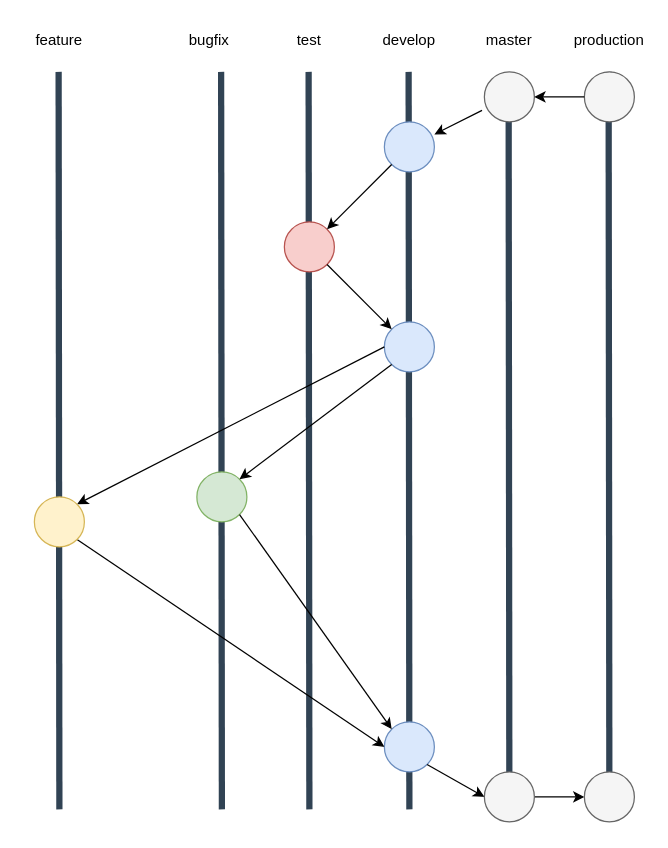
The draw.io diagram docs/branch.drawio in PROJPOO-GestBot/GestBot-Adam, before the edit. Source tidied: cells renumbered, new cells numbered last; positions are measured from the earlier drawing's top-left corner, leaving out a move shared by most shapes. Both pictures are drawn from the tidied source at 125%, with x=0, y=0 at pixel (21, 21).
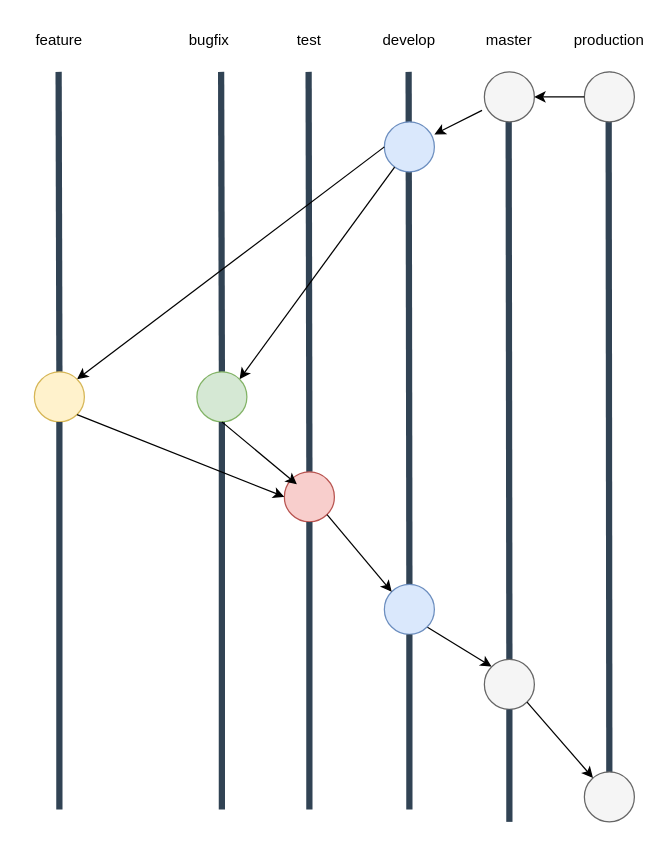
The same diagram, later.

The change refers to these unchanged cells:
```xml
<mxCell id="8" style="ellipse;whiteSpace=wrap;html=1;fillColor=#dae8fc;strokeColor=#6c8ebf;" parent="1" vertex="1">
  <mxGeometry x="290" y="80" width="40" height="40" as="geometry" />
</mxCell>
<mxCell id="32" style="ellipse;whiteSpace=wrap;html=1;fillColor=#f5f5f5;strokeColor=#666666;fontColor=#333333;" parent="1" vertex="1">
  <mxGeometry x="450" y="600" width="40" height="40" as="geometry" />
</mxCell>
```

What changed in the source:
```diff
@@
-    <mxCell id="3" style="endArrow=none;html=1;rounded=0;fillColor=#647687;strokeColor=#314354;strokeWidth=5;" parent="1" edge="1">
+    <mxCell id="3" style="endArrow=none;html=1;rounded=0;fillColor=#647687;strokeColor=#314354;strokeWidth=5;startArrow=none;" parent="1" edge="1" source="27">
       <mxGeometry relative="1" as="geometry">
-        <mxPoint x="390" y="640" as="sourcePoint" />
         <mxPoint x="389.4" y="50" as="targetPoint" />
       </mxGeometry>
     </mxCell>
-    <mxCell id="4" style="endArrow=none;html=1;rounded=0;fillColor=#647687;strokeColor=#314354;strokeWidth=5;" parent="1" edge="1">
+    <mxCell id="4" style="endArrow=none;html=1;rounded=0;fillColor=#647687;strokeColor=#314354;strokeWidth=5;startArrow=none;" parent="1" edge="1" source="22">
       <mxGeometry relative="1" as="geometry">
-        <mxPoint x="310" y="630" as="sourcePoint" />
         <mxPoint x="309.4" y="40" as="targetPoint" />
       </mxGeometry>
     </mxCell>
-    <mxCell id="5" style="endArrow=none;html=1;rounded=0;fillColor=#647687;strokeColor=#314354;strokeWidth=5;" parent="1" edge="1">
+    <mxCell id="5" style="endArrow=none;html=1;rounded=0;fillColor=#647687;strokeColor=#314354;strokeWidth=5;startArrow=none;" parent="1" edge="1" source="34">
       <mxGeometry relative="1" as="geometry">
-        <mxPoint x="230" y="630" as="sourcePoint" />
         <mxPoint x="229.4" y="40" as="targetPoint" />
       </mxGeometry>
     </mxCell>
-    <mxCell id="6" style="endArrow=none;html=1;rounded=0;fillColor=#647687;strokeColor=#314354;strokeWidth=5;" parent="1" edge="1">
+    <mxCell id="6" style="endArrow=none;html=1;rounded=0;fillColor=#647687;strokeColor=#314354;strokeWidth=5;startArrow=none;" parent="1" edge="1" source="13">
       <mxGeometry relative="1" as="geometry">
-        <mxPoint x="160" y="630" as="sourcePoint" />
         <mxPoint x="159.4" y="40" as="targetPoint" />
       </mxGeometry>
     </mxCell>
-    <mxCell id="7" style="endArrow=none;html=1;rounded=0;fillColor=#647687;strokeColor=#314354;strokeWidth=5;" parent="1" edge="1">
+    <mxCell id="7" style="endArrow=none;html=1;rounded=0;fillColor=#647687;strokeColor=#314354;strokeWidth=5;startArrow=none;" parent="1" edge="1" source="33">
       <mxGeometry relative="1" as="geometry">
-        <mxPoint x="30" y="630" as="sourcePoint" />
         <mxPoint x="29.4" y="40" as="targetPoint" />
       </mxGeometry>
     </mxCell>
@@
-    <mxCell id="9" style="ellipse;whiteSpace=wrap;html=1;fillColor=#f8cecc;strokeColor=#b85450;" parent="1" vertex="1">
-      <mxGeometry x="210" y="160" width="40" height="40" as="geometry" />
-    </mxCell>
@@
-    <mxCell id="13" style="ellipse;whiteSpace=wrap;html=1;fillColor=#d5e8d4;strokeColor=#82b366;" parent="1" vertex="1">
-      <mxGeometry x="140" y="360" width="40" height="40" as="geometry" />
-    </mxCell>
@@
-    <mxCell id="17" style="endArrow=classic;html=1;rounded=0;" parent="1" edge="1" source="8" target="9">
-      <mxGeometry relative="1" as="geometry" />
-    </mxCell>
-    <mxCell id="18" style="ellipse;whiteSpace=wrap;html=1;fillColor=#dae8fc;strokeColor=#6c8ebf;" parent="1" vertex="1">
-      <mxGeometry x="290" y="240" width="40" height="40" as="geometry" />
-    </mxCell>
-    <mxCell id="19" style="endArrow=classic;html=1;rounded=0;exitX=1;exitY=1;exitDx=0;exitDy=0;" parent="1" edge="1" source="9" target="18">
-      <mxGeometry relative="1" as="geometry" />
-    </mxCell>
-    <mxCell id="20" style="endArrow=classic;html=1;rounded=0;exitX=0;exitY=1;exitDx=0;exitDy=0;entryX=1;entryY=0;entryDx=0;entryDy=0;" parent="1" edge="1" source="18" target="13">
+    <mxCell id="20" style="endArrow=classic;html=1;rounded=0;entryX=1;entryY=0;entryDx=0;entryDy=0;" parent="1" edge="1" source="8" target="13">
       <mxGeometry relative="1" as="geometry" />
     </mxCell>
-    <mxCell id="21" style="endArrow=classic;html=1;rounded=0;entryX=1;entryY=0;entryDx=0;entryDy=0;exitX=0;exitY=0.5;exitDx=0;exitDy=0;" parent="1" edge="1" source="18" target="33">
+    <mxCell id="21" style="endArrow=classic;html=1;rounded=0;entryX=1;entryY=0;entryDx=0;entryDy=0;exitX=0;exitY=0.5;exitDx=0;exitDy=0;" parent="1" edge="1" source="8" target="33">
       <mxGeometry relative="1" as="geometry" />
     </mxCell>
-    <mxCell id="22" style="ellipse;whiteSpace=wrap;html=1;fillColor=#dae8fc;strokeColor=#6c8ebf;" parent="1" vertex="1">
-      <mxGeometry x="290" y="560" width="40" height="40" as="geometry" />
-    </mxCell>
-    <mxCell id="23" style="endArrow=classic;html=1;rounded=0;entryX=0;entryY=0;entryDx=0;entryDy=0;exitX=1;exitY=1;exitDx=0;exitDy=0;" parent="1" edge="1" source="13" target="22">
-      <mxGeometry relative="1" as="geometry" />
-    </mxCell>
-    <mxCell id="24" style="endArrow=classic;html=1;rounded=0;entryX=0;entryY=0.5;entryDx=0;entryDy=0;exitX=1;exitY=1;exitDx=0;exitDy=0;" parent="1" edge="1" source="33" target="22">
-      <mxGeometry relative="1" as="geometry" />
-    </mxCell>
@@
-    <mxCell id="26" style="edgeStyle=orthogonalEdgeStyle;rounded=0;jettySize=auto;html=1;exitX=1;exitY=0.5;exitDx=0;exitDy=0;entryX=0;entryY=0.5;entryDx=0;entryDy=0;" parent="1" edge="1" source="27" target="32">
-      <mxGeometry relative="1" as="geometry" />
-    </mxCell>
-    <mxCell id="27" style="ellipse;whiteSpace=wrap;html=1;fillColor=#f5f5f5;strokeColor=#666666;fontColor=#333333;" parent="1" vertex="1">
-      <mxGeometry x="370" y="600" width="40" height="40" as="geometry" />
-    </mxCell>
-    <mxCell id="28" style="endArrow=classic;html=1;rounded=0;entryX=0;entryY=0.5;entryDx=0;entryDy=0;exitX=1;exitY=1;exitDx=0;exitDy=0;" parent="1" edge="1" source="22" target="27">
+    <mxCell id="28" style="endArrow=classic;html=1;rounded=0;entryX=0;entryY=0;entryDx=0;entryDy=0;exitX=1;exitY=1;exitDx=0;exitDy=0;" parent="1" edge="1" source="22" target="27">
       <mxGeometry relative="1" as="geometry" />
     </mxCell>
@@
+    <mxCell id="34" style="ellipse;whiteSpace=wrap;html=1;fillColor=#f8cecc;strokeColor=#b85450;" parent="1" vertex="1">
+      <mxGeometry x="210" y="360" width="40" height="40" as="geometry" />
+    </mxCell>
+    <mxCell id="35" style="endArrow=none;html=1;rounded=0;fillColor=#647687;strokeColor=#314354;strokeWidth=5;" parent="1" edge="1" target="34">
+      <mxGeometry relative="1" as="geometry">
+        <mxPoint x="230" y="630" as="sourcePoint" />
+      </mxGeometry>
+    </mxCell>
     <mxCell id="33" style="ellipse;whiteSpace=wrap;html=1;fillColor=#fff2cc;strokeColor=#d6b656;" parent="1" vertex="1">
-      <mxGeometry x="10" y="380" width="40" height="40" as="geometry" />
+      <mxGeometry x="10" y="280" width="40" height="40" as="geometry" />
     </mxCell>
+    <mxCell id="36" style="endArrow=none;html=1;rounded=0;fillColor=#647687;strokeColor=#314354;strokeWidth=5;" parent="1" edge="1" target="33">
+      <mxGeometry relative="1" as="geometry">
+        <mxPoint x="30" y="630" as="sourcePoint" />
+      </mxGeometry>
+    </mxCell>
+    <mxCell id="13" style="ellipse;whiteSpace=wrap;html=1;fillColor=#d5e8d4;strokeColor=#82b366;" parent="1" vertex="1">
+      <mxGeometry x="140" y="280" width="40" height="40" as="geometry" />
+    </mxCell>
+    <mxCell id="37" style="endArrow=none;html=1;rounded=0;fillColor=#647687;strokeColor=#314354;strokeWidth=5;" parent="1" edge="1" target="13">
+      <mxGeometry relative="1" as="geometry">
+        <mxPoint x="160" y="630" as="sourcePoint" />
+      </mxGeometry>
+    </mxCell>
+    <mxCell id="38" style="endArrow=classic;html=1;rounded=0;exitX=0.5;exitY=1;exitDx=0;exitDy=0;" parent="1" edge="1" source="13">
+      <mxGeometry relative="1" as="geometry">
+        <mxPoint x="220" y="370" as="targetPoint" />
+      </mxGeometry>
+    </mxCell>
+    <mxCell id="39" style="endArrow=classic;html=1;rounded=0;entryX=0;entryY=0.5;entryDx=0;entryDy=0;exitX=1;exitY=1;exitDx=0;exitDy=0;" parent="1" edge="1" source="33" target="34">
+      <mxGeometry relative="1" as="geometry" />
+    </mxCell>
+    <mxCell id="22" style="ellipse;whiteSpace=wrap;html=1;fillColor=#dae8fc;strokeColor=#6c8ebf;" parent="1" vertex="1">
+      <mxGeometry x="290" y="450" width="40" height="40" as="geometry" />
+    </mxCell>
+    <mxCell id="40" style="endArrow=none;html=1;rounded=0;fillColor=#647687;strokeColor=#314354;strokeWidth=5;" parent="1" edge="1" target="22">
+      <mxGeometry relative="1" as="geometry">
+        <mxPoint x="310" y="630" as="sourcePoint" />
+      </mxGeometry>
+    </mxCell>
+    <mxCell id="41" style="endArrow=classic;html=1;rounded=0;entryX=0;entryY=0;entryDx=0;entryDy=0;exitX=1;exitY=1;exitDx=0;exitDy=0;" parent="1" edge="1" source="34" target="22">
+      <mxGeometry relative="1" as="geometry" />
+    </mxCell>
+    <mxCell id="27" style="ellipse;whiteSpace=wrap;html=1;fillColor=#f5f5f5;strokeColor=#666666;fontColor=#333333;" parent="1" vertex="1">
+      <mxGeometry x="370" y="510" width="40" height="40" as="geometry" />
+    </mxCell>
+    <mxCell id="42" style="endArrow=none;html=1;rounded=0;fillColor=#647687;strokeColor=#314354;strokeWidth=5;" parent="1" edge="1" target="27">
+      <mxGeometry relative="1" as="geometry">
+        <mxPoint x="390" y="640" as="sourcePoint" />
+      </mxGeometry>
+    </mxCell>
+    <mxCell id="26" style="endArrow=classic;html=1;rounded=0;exitX=1;exitY=1;exitDx=0;exitDy=0;" parent="1" edge="1" source="27" target="32">
+      <mxGeometry relative="1" as="geometry" />
+    </mxCell>
```
